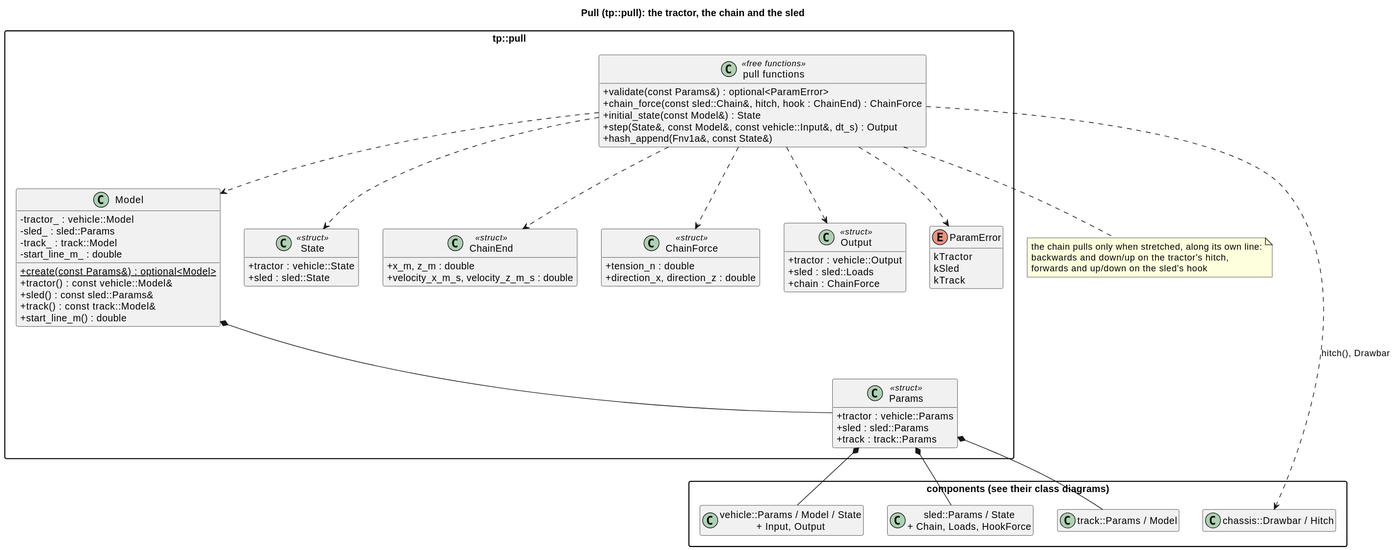
wversteeg/TractorPulling keeps this PlantUML diagram as docs/diagrams/svg/pull_classes.svg. Above is the earlier version.
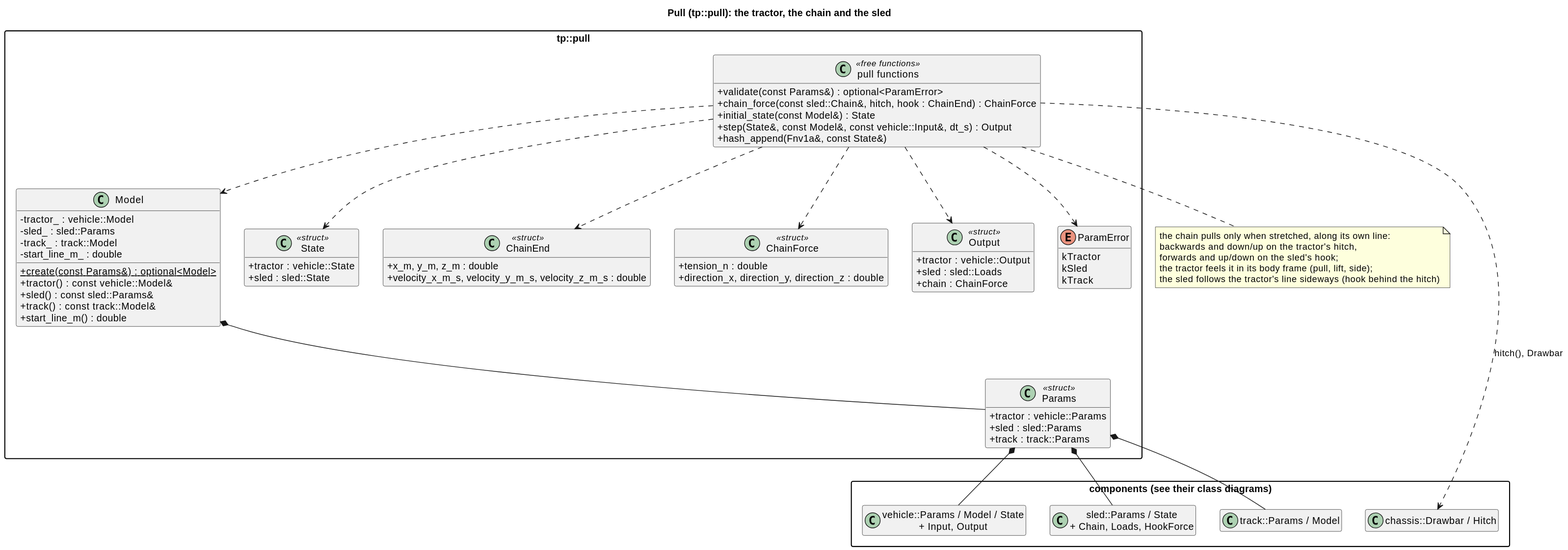
After the change.

Change to the diagram source:
```diff
@@ -33,12 +33,12 @@
     +sled : sled::State
   }
   class ChainEnd <<struct>> {
-    +x_m, z_m : double
-    +velocity_x_m_s, velocity_z_m_s : double
+    +x_m, y_m, z_m : double
+    +velocity_x_m_s, velocity_y_m_s, velocity_z_m_s : double
   }
   class ChainForce <<struct>> {
     +tension_n : double
-    +direction_x, direction_z : double
+    +direction_x, direction_y, direction_z : double
   }
   class Output <<struct>> {
     +tractor : vehicle::Output
@@ -72,6 +72,8 @@
 note bottom of PullFns
   the chain pulls only when stretched, along its own line:
   backwards and down/up on the tractor's hitch,
-  forwards and up/down on the sled's hook
+  forwards and up/down on the sled's hook;
+  the tractor feels it in its body frame (pull, lift, side);
+  the sled follows the tractor's line sideways (hook behind the hitch)
 end note
 @enduml
```
